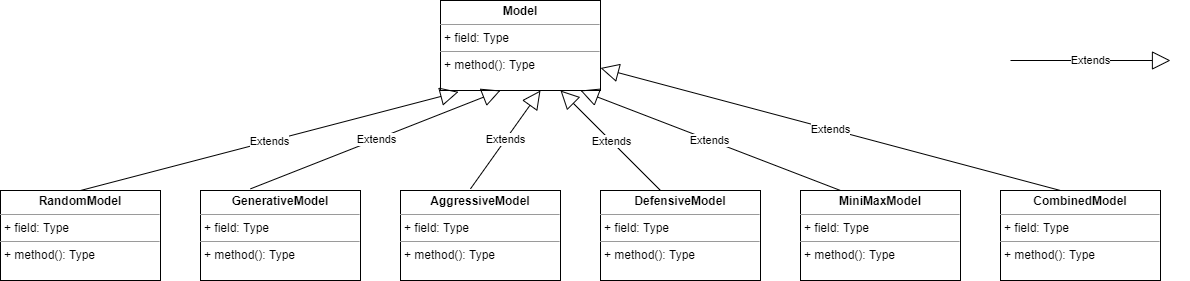
Above: Connectifill/doc/ConnectiFill UML.png in HHSAPCompSci2020/capstone-project-connectifill-p6 (draw.io), before the change. Source tidied: cells renumbered, new cells last; positions are measured from the earlier drawing's top-left corner, leaving out a move shared by most shapes.
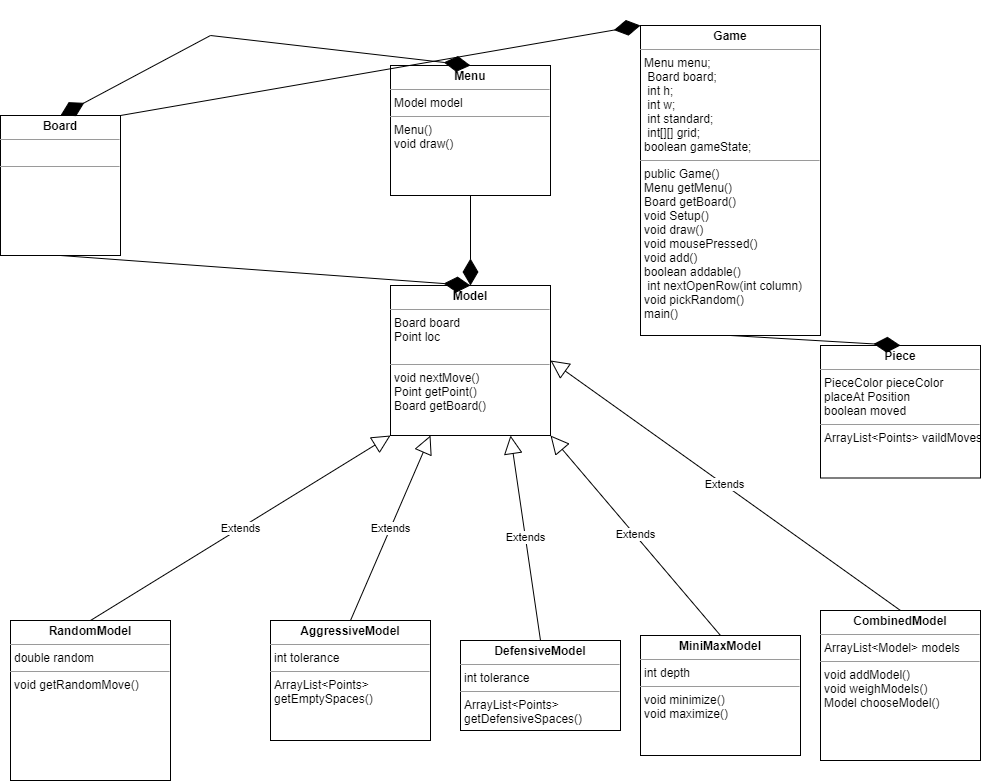
After the commit.

Commit message:
Updated UML diagram

Added new UML diagram

The edit, as a diff of the source:
```diff
@@ -2,63 +2,72 @@
   <root>
     <mxCell id="0" />
     <mxCell id="1" parent="0" />
-    <mxCell id="2" value="&lt;p style=&quot;margin: 0px ; margin-top: 4px ; text-align: center&quot;&gt;&lt;b&gt;Model&lt;/b&gt;&lt;/p&gt;&lt;hr size=&quot;1&quot;&gt;&lt;p style=&quot;margin: 0px ; margin-left: 4px&quot;&gt;+ field: Type&lt;/p&gt;&lt;hr size=&quot;1&quot;&gt;&lt;p style=&quot;margin: 0px ; margin-left: 4px&quot;&gt;+ method(): Type&lt;/p&gt;" style="verticalAlign=top;align=left;overflow=fill;fontSize=12;fontFamily=Helvetica;html=1;" parent="1" vertex="1">
-      <mxGeometry x="440" width="160" height="90" as="geometry" />
+    <mxCell id="2" value="&lt;p style=&quot;margin: 0px ; margin-top: 4px ; text-align: center&quot;&gt;&lt;b&gt;Model&lt;/b&gt;&lt;/p&gt;&lt;hr size=&quot;1&quot;&gt;&lt;p style=&quot;margin: 0px ; margin-left: 4px&quot;&gt;Board board&lt;/p&gt;&lt;p style=&quot;margin: 0px ; margin-left: 4px&quot;&gt;Point loc&lt;/p&gt;&lt;p style=&quot;margin: 0px ; margin-left: 4px&quot;&gt;&lt;br&gt;&lt;/p&gt;&lt;hr size=&quot;1&quot;&gt;&lt;p style=&quot;margin: 0px ; margin-left: 4px&quot;&gt;void nextMove()&lt;/p&gt;&lt;p style=&quot;margin: 0px ; margin-left: 4px&quot;&gt;Point getPoint()&lt;/p&gt;&lt;p style=&quot;margin: 0px ; margin-left: 4px&quot;&gt;Board getBoard()&lt;/p&gt;" style="verticalAlign=top;align=left;overflow=fill;fontSize=12;fontFamily=Helvetica;html=1;" parent="1" vertex="1">
+      <mxGeometry x="460" y="-150" width="160" height="150" as="geometry" />
     </mxCell>
-    <mxCell id="3" value="&lt;p style=&quot;margin: 0px ; margin-top: 4px ; text-align: center&quot;&gt;&lt;b&gt;CombinedModel&lt;/b&gt;&lt;/p&gt;&lt;hr size=&quot;1&quot;&gt;&lt;p style=&quot;margin: 0px ; margin-left: 4px&quot;&gt;+ field: Type&lt;/p&gt;&lt;hr size=&quot;1&quot;&gt;&lt;p style=&quot;margin: 0px ; margin-left: 4px&quot;&gt;+ method(): Type&lt;/p&gt;" style="verticalAlign=top;align=left;overflow=fill;fontSize=12;fontFamily=Helvetica;html=1;" parent="1" vertex="1">
-      <mxGeometry x="1000" y="190" width="160" height="90" as="geometry" />
+    <mxCell id="3" value="&lt;p style=&quot;margin: 0px ; margin-top: 4px ; text-align: center&quot;&gt;&lt;b&gt;CombinedModel&lt;/b&gt;&lt;/p&gt;&lt;hr size=&quot;1&quot;&gt;&lt;p style=&quot;margin: 0px ; margin-left: 4px&quot;&gt;ArrayList&amp;lt;Model&amp;gt; models&lt;/p&gt;&lt;hr size=&quot;1&quot;&gt;&lt;p style=&quot;margin: 0px ; margin-left: 4px&quot;&gt;void addModel()&lt;/p&gt;&lt;p style=&quot;margin: 0px ; margin-left: 4px&quot;&gt;void weighModels()&lt;/p&gt;&lt;p style=&quot;margin: 0px ; margin-left: 4px&quot;&gt;Model chooseModel()&lt;/p&gt;" style="verticalAlign=top;align=left;overflow=fill;fontSize=12;fontFamily=Helvetica;html=1;" parent="1" vertex="1">
+      <mxGeometry x="890" y="175" width="160" height="150" as="geometry" />
     </mxCell>
-    <mxCell id="4" value="&lt;p style=&quot;margin: 0px ; margin-top: 4px ; text-align: center&quot;&gt;&lt;b&gt;MiniMaxModel&lt;/b&gt;&lt;/p&gt;&lt;hr size=&quot;1&quot;&gt;&lt;p style=&quot;margin: 0px ; margin-left: 4px&quot;&gt;+ field: Type&lt;/p&gt;&lt;hr size=&quot;1&quot;&gt;&lt;p style=&quot;margin: 0px ; margin-left: 4px&quot;&gt;+ method(): Type&lt;/p&gt;" style="verticalAlign=top;align=left;overflow=fill;fontSize=12;fontFamily=Helvetica;html=1;" parent="1" vertex="1">
-      <mxGeometry x="800" y="190" width="160" height="90" as="geometry" />
+    <mxCell id="4" value="&lt;p style=&quot;margin: 0px ; margin-top: 4px ; text-align: center&quot;&gt;&lt;b&gt;MiniMaxModel&lt;/b&gt;&lt;/p&gt;&lt;hr size=&quot;1&quot;&gt;&lt;p style=&quot;margin: 0px ; margin-left: 4px&quot;&gt;int depth&lt;/p&gt;&lt;hr size=&quot;1&quot;&gt;&lt;p style=&quot;margin: 0px ; margin-left: 4px&quot;&gt;void minimize()&lt;/p&gt;&lt;p style=&quot;margin: 0px ; margin-left: 4px&quot;&gt;void maximize()&lt;/p&gt;&lt;p style=&quot;margin: 0px ; margin-left: 4px&quot;&gt;&lt;br&gt;&lt;/p&gt;" style="verticalAlign=top;align=left;overflow=fill;fontSize=12;fontFamily=Helvetica;html=1;" parent="1" vertex="1">
+      <mxGeometry x="710" y="200" width="160" height="120" as="geometry" />
     </mxCell>
-    <mxCell id="5" value="&lt;p style=&quot;margin: 0px ; margin-top: 4px ; text-align: center&quot;&gt;&lt;b&gt;RandomModel&lt;/b&gt;&lt;/p&gt;&lt;hr size=&quot;1&quot;&gt;&lt;p style=&quot;margin: 0px ; margin-left: 4px&quot;&gt;+ field: Type&lt;/p&gt;&lt;hr size=&quot;1&quot;&gt;&lt;p style=&quot;margin: 0px ; margin-left: 4px&quot;&gt;+ method(): Type&lt;/p&gt;" style="verticalAlign=top;align=left;overflow=fill;fontSize=12;fontFamily=Helvetica;html=1;" parent="1" vertex="1">
-      <mxGeometry y="190" width="160" height="90" as="geometry" />
+    <mxCell id="5" value="&lt;p style=&quot;margin: 0px ; margin-top: 4px ; text-align: center&quot;&gt;&lt;b&gt;RandomModel&lt;/b&gt;&lt;/p&gt;&lt;hr size=&quot;1&quot;&gt;&lt;p style=&quot;margin: 0px ; margin-left: 4px&quot;&gt;double random&lt;/p&gt;&lt;hr size=&quot;1&quot;&gt;&lt;p style=&quot;margin: 0px ; margin-left: 4px&quot;&gt;void getRandomMove()&lt;/p&gt;&lt;p style=&quot;margin: 0px ; margin-left: 4px&quot;&gt;&lt;br&gt;&lt;/p&gt;&lt;p style=&quot;margin: 0px ; margin-left: 4px&quot;&gt;&lt;br&gt;&lt;/p&gt;" style="verticalAlign=top;align=left;overflow=fill;fontSize=12;fontFamily=Helvetica;html=1;" parent="1" vertex="1">
+      <mxGeometry x="80" y="185" width="160" height="160" as="geometry" />
     </mxCell>
-    <mxCell id="6" value="&lt;p style=&quot;margin: 0px ; margin-top: 4px ; text-align: center&quot;&gt;&lt;b&gt;DefensiveModel&lt;/b&gt;&lt;/p&gt;&lt;hr size=&quot;1&quot;&gt;&lt;p style=&quot;margin: 0px ; margin-left: 4px&quot;&gt;+ field: Type&lt;/p&gt;&lt;hr size=&quot;1&quot;&gt;&lt;p style=&quot;margin: 0px ; margin-left: 4px&quot;&gt;+ method(): Type&lt;/p&gt;" style="verticalAlign=top;align=left;overflow=fill;fontSize=12;fontFamily=Helvetica;html=1;" parent="1" vertex="1">
-      <mxGeometry x="600" y="190" width="160" height="90" as="geometry" />
+    <mxCell id="6" value="&lt;p style=&quot;margin: 0px ; margin-top: 4px ; text-align: center&quot;&gt;&lt;b&gt;DefensiveModel&lt;/b&gt;&lt;/p&gt;&lt;hr size=&quot;1&quot;&gt;&lt;p style=&quot;margin: 0px ; margin-left: 4px&quot;&gt;int tolerance&lt;/p&gt;&lt;hr size=&quot;1&quot;&gt;&lt;p style=&quot;margin: 0px ; margin-left: 4px&quot;&gt;ArrayList&amp;lt;Points&amp;gt;&amp;nbsp;&lt;/p&gt;&lt;p style=&quot;margin: 0px ; margin-left: 4px&quot;&gt;getDefensiveSpaces()&lt;/p&gt;" style="verticalAlign=top;align=left;overflow=fill;fontSize=12;fontFamily=Helvetica;html=1;" parent="1" vertex="1">
+      <mxGeometry x="530" y="205" width="160" height="90" as="geometry" />
     </mxCell>
-    <mxCell id="7" value="&lt;p style=&quot;margin: 0px ; margin-top: 4px ; text-align: center&quot;&gt;&lt;b&gt;GenerativeModel&lt;/b&gt;&lt;/p&gt;&lt;hr size=&quot;1&quot;&gt;&lt;p style=&quot;margin: 0px ; margin-left: 4px&quot;&gt;+ field: Type&lt;/p&gt;&lt;hr size=&quot;1&quot;&gt;&lt;p style=&quot;margin: 0px ; margin-left: 4px&quot;&gt;+ method(): Type&lt;/p&gt;" style="verticalAlign=top;align=left;overflow=fill;fontSize=12;fontFamily=Helvetica;html=1;" parent="1" vertex="1">
-      <mxGeometry x="200" y="190" width="160" height="90" as="geometry" />
-    </mxCell>
-    <mxCell id="8" value="&lt;p style=&quot;margin: 0px ; margin-top: 4px ; text-align: center&quot;&gt;&lt;b&gt;AggressiveModel&lt;/b&gt;&lt;/p&gt;&lt;hr size=&quot;1&quot;&gt;&lt;p style=&quot;margin: 0px ; margin-left: 4px&quot;&gt;+ field: Type&lt;/p&gt;&lt;hr size=&quot;1&quot;&gt;&lt;p style=&quot;margin: 0px ; margin-left: 4px&quot;&gt;+ method(): Type&lt;/p&gt;" style="verticalAlign=top;align=left;overflow=fill;fontSize=12;fontFamily=Helvetica;html=1;" parent="1" vertex="1">
-      <mxGeometry x="400" y="190" width="160" height="90" as="geometry" />
+    <mxCell id="8" value="&lt;p style=&quot;margin: 0px ; margin-top: 4px ; text-align: center&quot;&gt;&lt;b&gt;AggressiveModel&lt;/b&gt;&lt;/p&gt;&lt;hr size=&quot;1&quot;&gt;&lt;p style=&quot;margin: 0px ; margin-left: 4px&quot;&gt;int tolerance&lt;/p&gt;&lt;hr size=&quot;1&quot;&gt;&lt;p style=&quot;margin: 0px ; margin-left: 4px&quot;&gt;ArrayList&amp;lt;Points&amp;gt;&amp;nbsp;&lt;/p&gt;&lt;p style=&quot;margin: 0px ; margin-left: 4px&quot;&gt;getEmptySpaces()&lt;/p&gt;" style="verticalAlign=top;align=left;overflow=fill;fontSize=12;fontFamily=Helvetica;html=1;" parent="1" vertex="1">
+      <mxGeometry x="340" y="185" width="160" height="120" as="geometry" />
     </mxCell>
-    <mxCell id="9" value="Extends" style="endArrow=block;endSize=16;endFill=0;html=1;entryX=0.75;entryY=1;entryDx=0;entryDy=0;" parent="1" edge="1" target="2">
-      <mxGeometry relative="1" as="geometry">
-        <mxPoint x="660" y="190" as="sourcePoint" />
-      </mxGeometry>
+    <mxCell id="9" value="Extends" style="endArrow=block;endSize=16;endFill=0;html=1;entryX=0.75;entryY=1;entryDx=0;entryDy=0;exitX=0.5;exitY=0;exitDx=0;exitDy=0;" parent="1" edge="1" source="6" target="2">
+      <mxGeometry relative="1" as="geometry" />
     </mxCell>
-    <mxCell id="10" value="Extends" style="endArrow=block;endSize=16;endFill=0;html=1;" parent="1" edge="1">
-      <mxGeometry relative="1" as="geometry">
-        <mxPoint x="470" y="188.3" as="sourcePoint" />
-        <mxPoint x="540" y="90" as="targetPoint" />
-      </mxGeometry>
+    <mxCell id="10" value="Extends" style="endArrow=block;endSize=16;endFill=0;html=1;entryX=0.25;entryY=1;entryDx=0;entryDy=0;exitX=0.5;exitY=0;exitDx=0;exitDy=0;" parent="1" edge="1" source="8" target="2">
+      <mxGeometry relative="1" as="geometry" />
     </mxCell>
-    <mxCell id="11" value="Extends" style="endArrow=block;endSize=16;endFill=0;html=1;" parent="1" edge="1">
-      <mxGeometry relative="1" as="geometry">
-        <mxPoint x="250" y="188.3" as="sourcePoint" />
-        <mxPoint x="500" y="90" as="targetPoint" />
-      </mxGeometry>
-    </mxCell>
-    <mxCell id="12" value="Extends" style="endArrow=block;endSize=16;endFill=0;html=1;entryX=1;entryY=0.75;entryDx=0;entryDy=0;" parent="1" edge="1" target="2">
-      <mxGeometry relative="1" as="geometry">
-        <mxPoint x="1060" y="190" as="sourcePoint" />
-      </mxGeometry>
+    <mxCell id="12" value="Extends" style="endArrow=block;endSize=16;endFill=0;html=1;entryX=1;entryY=0.5;entryDx=0;entryDy=0;exitX=0.5;exitY=0;exitDx=0;exitDy=0;" parent="1" edge="1" source="3" target="2">
+      <mxGeometry relative="1" as="geometry" />
     </mxCell>
-    <mxCell id="13" value="Extends" style="endArrow=block;endSize=16;endFill=0;html=1;" parent="1" edge="1">
-      <mxGeometry relative="1" as="geometry">
-        <mxPoint x="840" y="190" as="sourcePoint" />
-        <mxPoint x="580" y="90" as="targetPoint" />
-      </mxGeometry>
+    <mxCell id="13" value="Extends" style="endArrow=block;endSize=16;endFill=0;html=1;entryX=1;entryY=1;entryDx=0;entryDy=0;exitX=0.5;exitY=0;exitDx=0;exitDy=0;" parent="1" edge="1" source="4" target="2">
+      <mxGeometry relative="1" as="geometry" />
     </mxCell>
-    <mxCell id="14" value="Extends" style="endArrow=block;endSize=16;endFill=0;html=1;" parent="1" edge="1">
-      <mxGeometry relative="1" as="geometry">
-        <mxPoint x="1010" y="60" as="sourcePoint" />
-        <mxPoint x="1170" y="60" as="targetPoint" />
-      </mxGeometry>
-    </mxCell>
-    <mxCell id="15" value="Extends" style="endArrow=block;endSize=16;endFill=0;html=1;entryX=0.113;entryY=1.015;entryDx=0;entryDy=0;entryPerimeter=0;exitX=0.5;exitY=0;exitDx=0;exitDy=0;" parent="1" edge="1" source="5" target="2">
+    <mxCell id="15" value="Extends" style="endArrow=block;endSize=16;endFill=0;html=1;entryX=0;entryY=1;entryDx=0;entryDy=0;exitX=0.5;exitY=0;exitDx=0;exitDy=0;" parent="1" edge="1" source="5" target="2">
       <mxGeometry relative="1" as="geometry" />
     </mxCell>
+    <mxCell id="16" value="&lt;p style=&quot;margin: 0px ; margin-top: 4px ; text-align: center&quot;&gt;&lt;b&gt;Board&lt;/b&gt;&lt;/p&gt;&lt;hr size=&quot;1&quot;&gt;&lt;p style=&quot;margin: 0px ; margin-left: 4px&quot;&gt;&lt;br&gt;&lt;/p&gt;&lt;hr size=&quot;1&quot;&gt;&lt;p style=&quot;margin: 0px ; margin-left: 4px&quot;&gt;&lt;br&gt;&lt;/p&gt;&lt;p style=&quot;margin: 0px ; margin-left: 4px&quot;&gt;&lt;br&gt;&lt;/p&gt;" style="verticalAlign=top;align=left;overflow=fill;fontSize=12;fontFamily=Helvetica;html=1;" parent="1" vertex="1">
+      <mxGeometry x="70" y="-320" width="120" height="140" as="geometry" />
+    </mxCell>
+    <mxCell id="17" value="&lt;p style=&quot;margin: 0px ; margin-top: 4px ; text-align: center&quot;&gt;&lt;b&gt;Menu&lt;/b&gt;&lt;/p&gt;&lt;hr size=&quot;1&quot;&gt;&lt;p style=&quot;margin: 0px ; margin-left: 4px&quot;&gt;Model model&lt;/p&gt;&lt;hr size=&quot;1&quot;&gt;&lt;p style=&quot;margin: 0px ; margin-left: 4px&quot;&gt;Menu()&lt;/p&gt;&lt;p style=&quot;margin: 0px ; margin-left: 4px&quot;&gt;void draw()&lt;/p&gt;" style="verticalAlign=top;align=left;overflow=fill;fontSize=12;fontFamily=Helvetica;html=1;" parent="1" vertex="1">
+      <mxGeometry x="460" y="-370" width="160" height="130" as="geometry" />
+    </mxCell>
+    <mxCell id="18" value="&lt;p style=&quot;margin: 0px ; margin-top: 4px ; text-align: center&quot;&gt;&lt;b&gt;Piece&lt;/b&gt;&lt;/p&gt;&lt;hr size=&quot;1&quot;&gt;&lt;p style=&quot;margin: 0px ; margin-left: 4px&quot;&gt;PieceColor pieceColor&lt;/p&gt;&lt;p style=&quot;margin: 0px ; margin-left: 4px&quot;&gt;placeAt Position&amp;nbsp;&lt;/p&gt;&lt;p style=&quot;margin: 0px ; margin-left: 4px&quot;&gt;&lt;span&gt;boolean moved&lt;/span&gt;&lt;/p&gt;&lt;hr size=&quot;1&quot;&gt;&lt;p style=&quot;margin: 0px ; margin-left: 4px&quot;&gt;ArrayList&amp;lt;Points&amp;gt; vaildMoves()&lt;/p&gt;&lt;p style=&quot;margin: 0px ; margin-left: 4px&quot;&gt;&lt;br&gt;&lt;/p&gt;" style="verticalAlign=top;align=left;overflow=fill;fontSize=12;fontFamily=Helvetica;html=1;" parent="1" vertex="1">
+      <mxGeometry x="890" y="-90" width="160" height="132.5" as="geometry" />
+    </mxCell>
+    <mxCell id="19" value="&lt;p style=&quot;margin: 0px ; margin-top: 4px ; text-align: center&quot;&gt;&lt;b&gt;Game&lt;/b&gt;&lt;/p&gt;&lt;hr size=&quot;1&quot;&gt;&lt;p style=&quot;margin: 0px ; margin-left: 4px&quot;&gt;Menu menu;&lt;/p&gt;&lt;p style=&quot;margin: 0px ; margin-left: 4px&quot;&gt;&amp;nbsp;Board board;&lt;/p&gt;&lt;p style=&quot;margin: 0px ; margin-left: 4px&quot;&gt;&lt;span&gt;&#9;&lt;/span&gt;&lt;/p&gt;&lt;p style=&quot;margin: 0px ; margin-left: 4px&quot;&gt;&amp;nbsp;int h;&lt;/p&gt;&lt;p style=&quot;margin: 0px ; margin-left: 4px&quot;&gt;&amp;nbsp;int w;&lt;/p&gt;&lt;p style=&quot;margin: 0px ; margin-left: 4px&quot;&gt;&amp;nbsp;int standard;&lt;/p&gt;&lt;p style=&quot;margin: 0px ; margin-left: 4px&quot;&gt;&lt;span&gt;&#9;&lt;/span&gt;&lt;/p&gt;&lt;p style=&quot;margin: 0px ; margin-left: 4px&quot;&gt;&amp;nbsp;int[][] grid;&lt;/p&gt;&lt;p style=&quot;margin: 0px ; margin-left: 4px&quot;&gt;&lt;span&gt;&#9;&lt;/span&gt;&lt;/p&gt;&lt;p style=&quot;margin: 0px ; margin-left: 4px&quot;&gt;boolean gameState;&lt;/p&gt;&lt;hr size=&quot;1&quot;&gt;&lt;p style=&quot;margin: 0px ; margin-left: 4px&quot;&gt;public Game()&lt;/p&gt;&lt;p style=&quot;margin: 0px ; margin-left: 4px&quot;&gt;Menu getMenu()&lt;/p&gt;&lt;p style=&quot;margin: 0px ; margin-left: 4px&quot;&gt;Board getBoard()&lt;/p&gt;&lt;p style=&quot;margin: 0px ; margin-left: 4px&quot;&gt;void Setup()&lt;/p&gt;&lt;p style=&quot;margin: 0px ; margin-left: 4px&quot;&gt;void draw()&lt;/p&gt;&lt;p style=&quot;margin: 0px ; margin-left: 4px&quot;&gt;void mousePressed()&lt;/p&gt;&lt;p style=&quot;margin: 0px ; margin-left: 4px&quot;&gt;void add()&lt;br&gt;boolean addable()&lt;/p&gt;&lt;p style=&quot;margin: 0px ; margin-left: 4px&quot;&gt;&amp;nbsp;int nextOpenRow(int column)&lt;br&gt;void pickRandom()&lt;br&gt;&lt;/p&gt;&lt;p style=&quot;margin: 0px ; margin-left: 4px&quot;&gt;main()&lt;/p&gt;&lt;p style=&quot;margin: 0px ; margin-left: 4px&quot;&gt;&lt;br&gt;&lt;/p&gt;" style="verticalAlign=top;align=left;overflow=fill;fontSize=12;fontFamily=Helvetica;html=1;" parent="1" vertex="1">
+      <mxGeometry x="710" y="-410" width="180" height="310" as="geometry" />
+    </mxCell>
+    <mxCell id="20" style="endArrow=diamondThin;endFill=1;endSize=24;html=1;entryX=0.5;entryY=0;entryDx=0;entryDy=0;exitX=0.5;exitY=1;exitDx=0;exitDy=0;" parent="1" edge="1" source="19" target="18">
+      <mxGeometry relative="1" as="geometry" />
+    </mxCell>
+    <mxCell id="21" style="endArrow=diamondThin;endFill=1;endSize=24;html=1;entryX=0.5;entryY=0;entryDx=0;entryDy=0;exitX=0.5;exitY=1;exitDx=0;exitDy=0;" parent="1" edge="1" source="17" target="2">
+      <mxGeometry relative="1" as="geometry" />
+    </mxCell>
+    <mxCell id="22" style="endArrow=diamondThin;endFill=1;endSize=24;html=1;exitX=0.5;exitY=1;exitDx=0;exitDy=0;entryX=0.5;entryY=0;entryDx=0;entryDy=0;" parent="1" edge="1" source="16" target="2">
+      <mxGeometry relative="1" as="geometry" />
+    </mxCell>
+    <mxCell id="23" style="endArrow=diamondThin;endFill=1;endSize=24;html=1;exitX=1;exitY=0;exitDx=0;exitDy=0;entryX=0;entryY=0;entryDx=0;entryDy=0;" parent="1" edge="1" source="16" target="19">
+      <mxGeometry relative="1" as="geometry" />
+    </mxCell>
+    <mxCell id="24" style="endArrow=diamondThin;endFill=1;endSize=24;html=1;entryX=0.5;entryY=0;entryDx=0;entryDy=0;exitX=0.5;exitY=1;exitDx=0;exitDy=0;" parent="1" edge="1" target="17">
+      <mxGeometry relative="1" as="geometry">
+        <mxPoint x="280" y="-400" as="sourcePoint" />
+      </mxGeometry>
+    </mxCell>
+    <mxCell id="25" style="endArrow=diamondThin;endFill=1;endSize=24;html=1;entryX=0.5;entryY=0;entryDx=0;entryDy=0;exitX=0.5;exitY=1;exitDx=0;exitDy=0;" parent="1" edge="1" target="16">
+      <mxGeometry relative="1" as="geometry">
+        <mxPoint x="280" y="-400" as="sourcePoint" />
+      </mxGeometry>
+    </mxCell>
   </root>
 </mxGraphModel>
```
